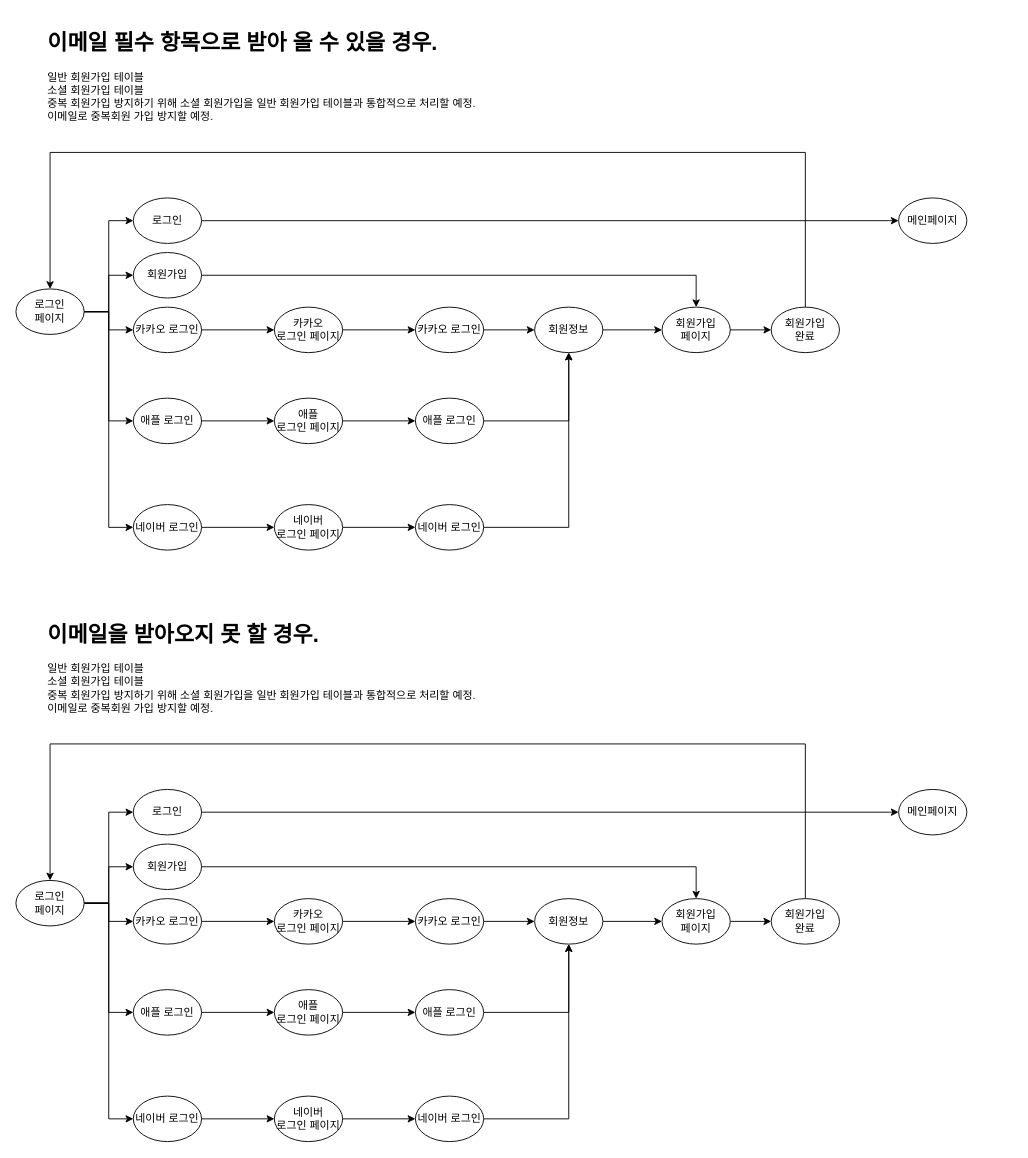
Earlier version of the draw.io diagram page "소셜 로그인" (2 of 5) of didden.drawio (xxxx-jeung/diddenUml). Source tidied: cells renumbered, new cells numbered last; positions are measured from the earlier drawing's top-left corner, leaving out a move shared by most shapes. Both pictures are drawn from the tidied source at 91%, with x=0, y=0 at pixel (15, 25).
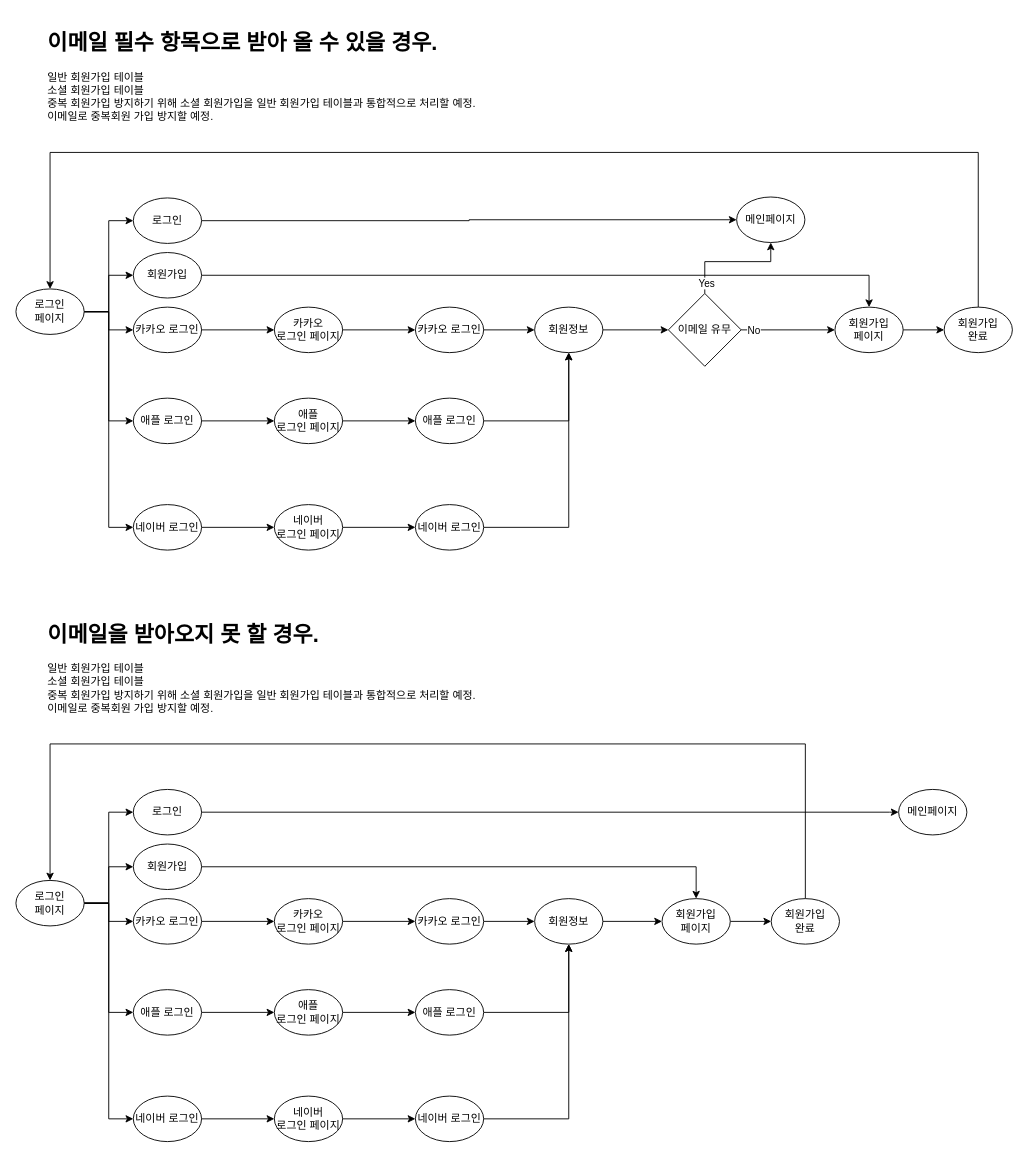
After the change.

The change refers to these unchanged cells:
```xml
<mxCell id="7" value="로그인&lt;br&gt;페이지" style="ellipse;whiteSpace=wrap;html=1;" parent="1" vertex="1">
  <mxGeometry y="290" width="75" height="50" as="geometry" />
</mxCell>
<mxCell id="9" value="로그인" style="ellipse;whiteSpace=wrap;html=1;" parent="1" vertex="1">
  <mxGeometry x="129" y="190" width="75" height="50" as="geometry" />
</mxCell>
<mxCell id="26" value="회원정보" style="ellipse;whiteSpace=wrap;html=1;" parent="1" vertex="1">
  <mxGeometry x="570" y="310" width="75" height="50" as="geometry" />
</mxCell>
```

Change to the diagram source:
```diff
@@
-    <mxCell id="8" style="edgeStyle=orthogonalEdgeStyle;rounded=0;jettySize=auto;html=1;entryX=0;entryY=0.5;entryDx=0;entryDy=0;" parent="1" edge="1" source="9" target="20">
-      <mxGeometry relative="1" as="geometry">
-        <Array as="points">
-          <mxPoint x="960" y="215" />
-        </Array>
-      </mxGeometry>
+    <mxCell id="8" style="edgeStyle=orthogonalEdgeStyle;rounded=0;jettySize=auto;html=1;" parent="1" edge="1" source="9" target="20">
+      <mxGeometry relative="1" as="geometry" />
     </mxCell>
@@
     <mxCell id="20" value="메인페이지" style="ellipse;whiteSpace=wrap;html=1;" parent="1" vertex="1">
-      <mxGeometry x="970" y="190" width="75" height="50" as="geometry" />
+      <mxGeometry x="792" y="189" width="75" height="50" as="geometry" />
     </mxCell>
@@
-    <mxCell id="25" style="edgeStyle=orthogonalEdgeStyle;rounded=0;jettySize=auto;html=1;" parent="1" edge="1" source="26" target="35">
-      <mxGeometry relative="1" as="geometry" />
-    </mxCell>
+    <mxCell id="74" style="edgeStyle=orthogonalEdgeStyle;rounded=0;jettySize=auto;html=1;" parent="1" edge="1" source="26" target="79">
+      <mxGeometry relative="1" as="geometry" />
+    </mxCell>
@@
     <mxCell id="35" value="회원가입&lt;br&gt;페이지" style="ellipse;whiteSpace=wrap;html=1;" parent="1" vertex="1">
-      <mxGeometry x="710" y="310" width="75" height="50" as="geometry" />
+      <mxGeometry x="900" y="310" width="75" height="50" as="geometry" />
     </mxCell>
-    <mxCell id="36" style="edgeStyle=orthogonalEdgeStyle;rounded=0;jettySize=auto;html=1;entryX=0.5;entryY=0;entryDx=0;entryDy=0;" parent="1" edge="1" source="37" target="7">
+    <mxCell id="36" style="edgeStyle=orthogonalEdgeStyle;rounded=0;jettySize=auto;html=1;entryX=0.5;entryY=0;entryDx=0;entryDy=0;exitX=0.5;exitY=0;exitDx=0;exitDy=0;" parent="1" edge="1" source="37" target="7">
       <mxGeometry relative="1" as="geometry">
         <Array as="points">
-          <mxPoint x="868" y="140" />
+          <mxPoint x="1058" y="140" />
           <mxPoint x="38" y="140" />
         </Array>
       </mxGeometry>
     </mxCell>
     <mxCell id="37" value="회원가입&lt;br&gt;완료" style="ellipse;whiteSpace=wrap;html=1;" parent="1" vertex="1">
-      <mxGeometry x="830" y="310" width="75" height="50" as="geometry" />
+      <mxGeometry x="1020" y="310" width="75" height="50" as="geometry" />
     </mxCell>
@@
+    <mxCell id="75" style="edgeStyle=orthogonalEdgeStyle;rounded=0;jettySize=auto;html=1;" parent="1" edge="1" source="79" target="35">
+      <mxGeometry relative="1" as="geometry" />
+    </mxCell>
+    <mxCell id="76" value="No" style="edgeLabel;html=1;align=center;verticalAlign=middle;" parent="75" vertex="1">
+      <mxGeometry x="-0.13" y="3" relative="1" as="geometry">
+        <mxPoint x="-32" y="3" as="offset" />
+      </mxGeometry>
+    </mxCell>
+    <mxCell id="77" style="edgeStyle=orthogonalEdgeStyle;rounded=0;jettySize=auto;html=1;entryX=0.5;entryY=1;entryDx=0;entryDy=0;" parent="1" edge="1" source="79" target="20">
+      <mxGeometry relative="1" as="geometry">
+        <Array as="points">
+          <mxPoint x="757" y="260" />
+          <mxPoint x="830" y="260" />
+        </Array>
+      </mxGeometry>
+    </mxCell>
+    <mxCell id="78" value="Yes" style="edgeLabel;html=1;align=center;verticalAlign=middle;" parent="77" vertex="1">
+      <mxGeometry x="-0.9" y="-1" relative="1" as="geometry">
+        <mxPoint y="-6" as="offset" />
+      </mxGeometry>
+    </mxCell>
+    <mxCell id="79" value="이메일 유무" style="rhombus;whiteSpace=wrap;html=1;" parent="1" vertex="1">
+      <mxGeometry x="717" y="295" width="80" height="80" as="geometry" />
+    </mxCell>
```
